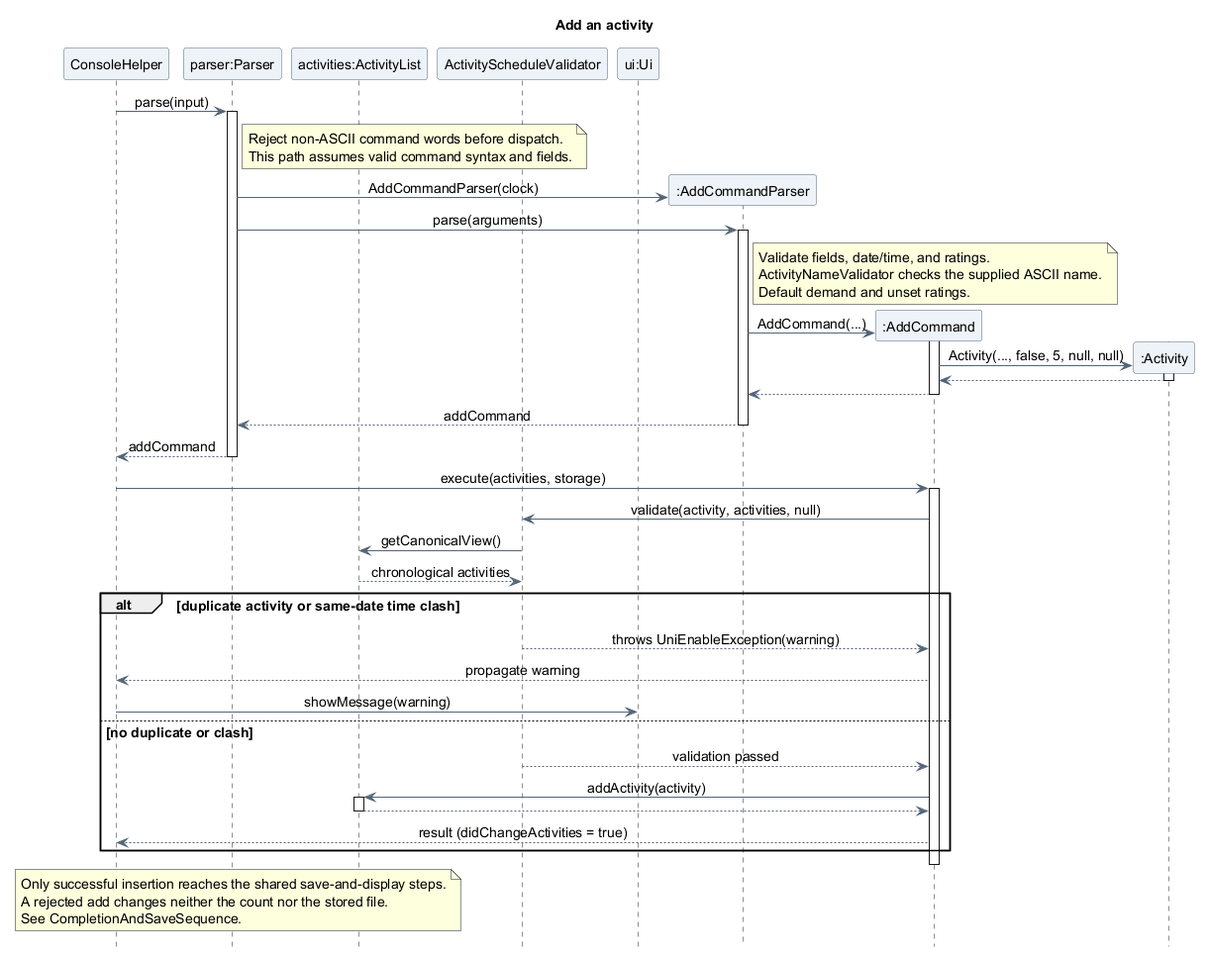
This is docs/images/atharva/sequence/AddActivitySequence.png from AY2627S1-CS2113-T10-4/tp, a PlantUML export, as it was before one commit.
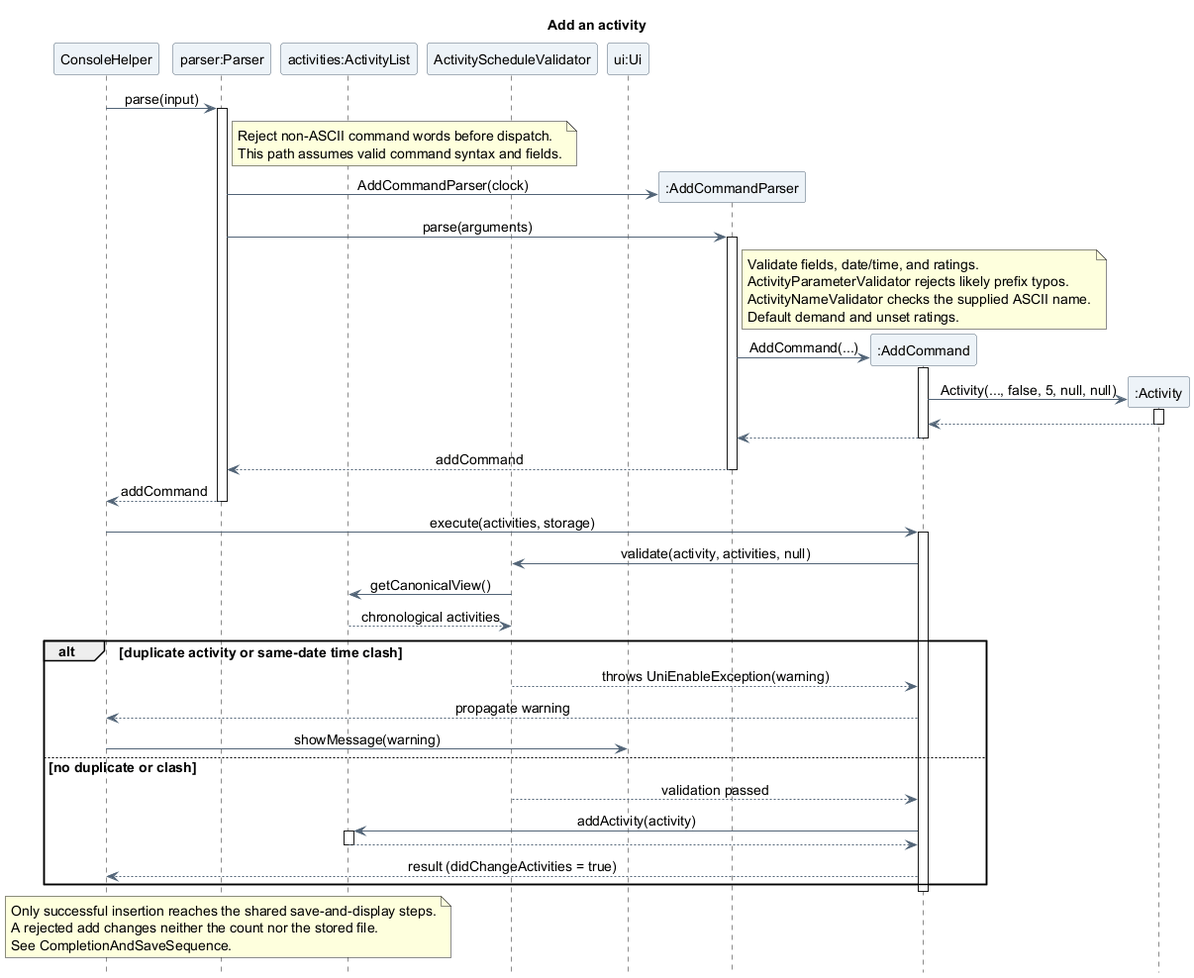
After the commit.

The edit, as a diff of the source:
```diff
@@ -28,6 +28,7 @@
 activate AddParser
 note right of AddParser
   Validate fields, date/time, and ratings.
+  ActivityParameterValidator rejects likely prefix typos.
   ActivityNameValidator checks the supplied ASCII name.
   Default demand and unset ratings.
 end note
```
